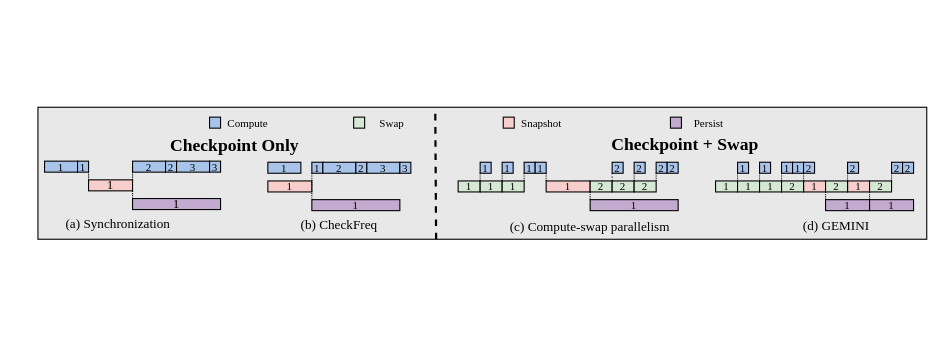
icszhr/NCheck keeps this draw.io diagram as fig/pipeline_mot.drawio. Above is the earlier version. Source tidied: cells renumbered, new cells numbered last; positions are measured from the earlier drawing's top-left corner, leaving out a move shared by most shapes. Both pictures are drawn from the tidied source at 110%, with x=0, y=0 at pixel (37, 107).
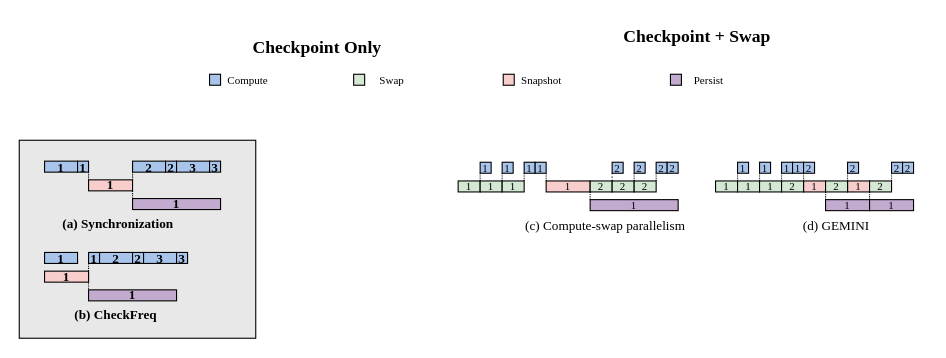
The same page after the edit.

Diff of the diagram source:
```diff
@@
-    <mxCell id="2" style="rounded=0;whiteSpace=wrap;html=1;fontFamily=Times New Roman;fillColor=#E8E8E8;" parent="1" vertex="1">
-      <mxGeometry width="808" height="120" as="geometry" />
+    <mxCell id="2" style="rounded=0;whiteSpace=wrap;html=1;fontFamily=Times New Roman;fillColor=#E8E8E8;fontSize=12;fontStyle=1;labelPosition=center;verticalLabelPosition=middle;align=center;verticalAlign=middle;spacing=0;" parent="1" vertex="1">
+      <mxGeometry x="-17" y="30" width="215" height="180" as="geometry" />
     </mxCell>
-    <mxCell id="3" value="&lt;p style=&quot;line-height: 100%;&quot;&gt;&lt;font style=&quot;font-size: 10px;&quot;&gt;1&lt;/font&gt;&lt;/p&gt;" style="whiteSpace=wrap;html=1;fillColor=#A9C4EB;fontFamily=Times New Roman;" parent="1" vertex="1">
+    <mxCell id="3" value="&lt;p style=&quot;line-height: 100%; font-size: 12px;&quot;&gt;&lt;font style=&quot;font-size: 12px;&quot;&gt;1&lt;/font&gt;&lt;/p&gt;" style="whiteSpace=wrap;html=1;fillColor=#A9C4EB;fontFamily=Times New Roman;fontSize=12;fontStyle=1;labelPosition=center;verticalLabelPosition=middle;align=center;verticalAlign=middle;spacing=0;" parent="1" vertex="1">
       <mxGeometry x="6" y="49" width="30" height="10" as="geometry" />
     </mxCell>
-    <mxCell id="4" value="1" style="whiteSpace=wrap;html=1;fillColor=#C3ABD0;fontFamily=Times New Roman;" parent="1" vertex="1">
+    <mxCell id="4" value="1" style="whiteSpace=wrap;html=1;fillColor=#C3ABD0;fontFamily=Times New Roman;fontSize=12;fontStyle=1;labelPosition=center;verticalLabelPosition=middle;align=center;verticalAlign=middle;spacing=0;" parent="1" vertex="1">
       <mxGeometry x="86" y="83" width="80" height="10" as="geometry" />
     </mxCell>
-    <mxCell id="5" style="edgeStyle=orthogonalEdgeStyle;rounded=0;jettySize=auto;html=1;exitX=1;exitY=1;exitDx=0;exitDy=0;entryX=0;entryY=0;entryDx=0;entryDy=0;endArrow=none;endFill=0;dashed=1;dashPattern=1 1;" parent="1" edge="1" source="6" target="4">
+    <mxCell id="5" style="edgeStyle=orthogonalEdgeStyle;rounded=0;jettySize=auto;html=1;exitX=1;exitY=1;exitDx=0;exitDy=0;entryX=0;entryY=0;entryDx=0;entryDy=0;endArrow=none;endFill=0;dashed=1;dashPattern=1 1;fontSize=12;fontStyle=1;labelPosition=center;verticalLabelPosition=middle;align=center;verticalAlign=middle;spacing=0;" parent="1" edge="1" source="6" target="4">
       <mxGeometry relative="1" as="geometry" />
     </mxCell>
-    <mxCell id="6" value="1" style="whiteSpace=wrap;html=1;fillColor=#F8CECC;fontFamily=Times New Roman;" parent="1" vertex="1">
+    <mxCell id="6" value="1" style="whiteSpace=wrap;html=1;fillColor=#F8CECC;fontFamily=Times New Roman;fontSize=12;fontStyle=1;labelPosition=center;verticalLabelPosition=middle;align=center;verticalAlign=middle;spacing=0;" parent="1" vertex="1">
       <mxGeometry x="46" y="66" width="40" height="10" as="geometry" />
     </mxCell>
     <mxCell id="7" style="whiteSpace=wrap;html=1;fillColor=#A9C4EB;fontFamily=Times New Roman;" parent="1" vertex="1">
-      <mxGeometry x="156" y="9" width="10" height="10" as="geometry" />
+      <mxGeometry x="156" y="-30" width="10" height="10" as="geometry" />
     </mxCell>
     <mxCell id="8" style="whiteSpace=wrap;html=1;fillColor=#F8CECC;fontFamily=Times New Roman;" parent="1" vertex="1">
-      <mxGeometry x="423" y="9" width="10" height="10" as="geometry" />
+      <mxGeometry x="423" y="-30" width="10" height="10" as="geometry" />
     </mxCell>
     <mxCell id="9" style="whiteSpace=wrap;html=1;fillColor=#D5E8D4;fontFamily=Times New Roman;" parent="1" vertex="1">
-      <mxGeometry x="287" y="9" width="10" height="10" as="geometry" />
+      <mxGeometry x="287" y="-30" width="10" height="10" as="geometry" />
     </mxCell>
     <mxCell id="10" style="whiteSpace=wrap;html=1;fillColor=#C3ABD0;fontFamily=Times New Roman;" parent="1" vertex="1">
-      <mxGeometry x="575" y="9" width="10" height="10" as="geometry" />
+      <mxGeometry x="575" y="-30" width="10" height="10" as="geometry" />
     </mxCell>
     <mxCell id="11" value="&lt;p style=&quot;line-height: 100%;&quot;&gt;&lt;font style=&quot;font-size: 10px;&quot;&gt;Compute&lt;/font&gt;&lt;/p&gt;" style="text;html=1;align=center;verticalAlign=middle;whiteSpace=wrap;rounded=0;fontFamily=Times New Roman;" parent="1" vertex="1">
-      <mxGeometry x="166" y="9" width="50" height="10" as="geometry" />
+      <mxGeometry x="166" y="-30" width="50" height="10" as="geometry" />
     </mxCell>
     <mxCell id="12" value="&lt;p style=&quot;line-height: 100%;&quot;&gt;&lt;font style=&quot;font-size: 10px;&quot;&gt;Swap&lt;/font&gt;&lt;/p&gt;" style="text;html=1;align=center;verticalAlign=middle;whiteSpace=wrap;rounded=0;fontFamily=Times New Roman;" parent="1" vertex="1">
-      <mxGeometry x="297" y="9" width="50" height="10" as="geometry" />
+      <mxGeometry x="297" y="-30" width="50" height="10" as="geometry" />
     </mxCell>
     <mxCell id="13" value="&lt;p style=&quot;line-height: 100%;&quot;&gt;&lt;span style=&quot;font-size: 10px;&quot;&gt;Snapshot&lt;/span&gt;&lt;/p&gt;" style="text;html=1;align=center;verticalAlign=middle;whiteSpace=wrap;rounded=0;fontFamily=Times New Roman;" parent="1" vertex="1">
-      <mxGeometry x="433" y="9" width="50" height="10" as="geometry" />
+      <mxGeometry x="433" y="-30" width="50" height="10" as="geometry" />
     </mxCell>
     <mxCell id="14" value="&lt;p style=&quot;line-height: 100%;&quot;&gt;&lt;font style=&quot;font-size: 10px;&quot;&gt;Persist&lt;/font&gt;&lt;/p&gt;" style="text;html=1;align=center;verticalAlign=middle;whiteSpace=wrap;rounded=0;fontFamily=Times New Roman;" parent="1" vertex="1">
-      <mxGeometry x="585" y="9" width="50" height="10" as="geometry" />
+      <mxGeometry x="585" y="-30" width="50" height="10" as="geometry" />
     </mxCell>
-    <mxCell id="15" style="edgeStyle=orthogonalEdgeStyle;rounded=0;jettySize=auto;html=1;exitX=1;exitY=1;exitDx=0;exitDy=0;entryX=0;entryY=0;entryDx=0;entryDy=0;endArrow=none;endFill=0;dashed=1;dashPattern=1 1;" parent="1" edge="1" source="16" target="6">
+    <mxCell id="15" style="edgeStyle=orthogonalEdgeStyle;rounded=0;jettySize=auto;html=1;exitX=1;exitY=1;exitDx=0;exitDy=0;entryX=0;entryY=0;entryDx=0;entryDy=0;endArrow=none;endFill=0;dashed=1;dashPattern=1 1;fontSize=12;fontStyle=1;labelPosition=center;verticalLabelPosition=middle;align=center;verticalAlign=middle;spacing=0;" parent="1" edge="1" source="16" target="6">
       <mxGeometry relative="1" as="geometry" />
     </mxCell>
-    <mxCell id="16" value="&lt;p style=&quot;line-height: 100%;&quot;&gt;&lt;font style=&quot;font-size: 10px;&quot;&gt;1&lt;/font&gt;&lt;/p&gt;" style="whiteSpace=wrap;html=1;fillColor=#A9C4EB;fontFamily=Times New Roman;" parent="1" vertex="1">
+    <mxCell id="16" value="&lt;p style=&quot;line-height: 100%; font-size: 12px;&quot;&gt;&lt;font style=&quot;font-size: 12px;&quot;&gt;1&lt;/font&gt;&lt;/p&gt;" style="whiteSpace=wrap;html=1;fillColor=#A9C4EB;fontFamily=Times New Roman;fontSize=12;fontStyle=1;labelPosition=center;verticalLabelPosition=middle;align=center;verticalAlign=middle;spacing=0;" parent="1" vertex="1">
       <mxGeometry x="36" y="49" width="10" height="10" as="geometry" />
     </mxCell>
-    <mxCell id="17" style="edgeStyle=orthogonalEdgeStyle;rounded=0;jettySize=auto;html=1;exitX=0;exitY=1;exitDx=0;exitDy=0;entryX=1;entryY=0;entryDx=0;entryDy=0;endArrow=none;endFill=0;dashed=1;dashPattern=1 1;" parent="1" edge="1" source="18" target="6">
+    <mxCell id="17" style="edgeStyle=orthogonalEdgeStyle;rounded=0;jettySize=auto;html=1;exitX=0;exitY=1;exitDx=0;exitDy=0;entryX=1;entryY=0;entryDx=0;entryDy=0;endArrow=none;endFill=0;dashed=1;dashPattern=1 1;fontSize=12;fontStyle=1;labelPosition=center;verticalLabelPosition=middle;align=center;verticalAlign=middle;spacing=0;" parent="1" edge="1" source="18" target="6">
       <mxGeometry relative="1" as="geometry" />
     </mxCell>
-    <mxCell id="18" value="&lt;p style=&quot;line-height: 100%;&quot;&gt;&lt;font style=&quot;font-size: 10px;&quot;&gt;2&lt;/font&gt;&lt;/p&gt;" style="whiteSpace=wrap;html=1;fillColor=#A9C4EB;fontFamily=Times New Roman;" parent="1" vertex="1">
+    <mxCell id="18" value="&lt;p style=&quot;line-height: 100%; font-size: 12px;&quot;&gt;&lt;font style=&quot;font-size: 12px;&quot;&gt;2&lt;/font&gt;&lt;/p&gt;" style="whiteSpace=wrap;html=1;fillColor=#A9C4EB;fontFamily=Times New Roman;fontSize=12;fontStyle=1;labelPosition=center;verticalLabelPosition=middle;align=center;verticalAlign=middle;spacing=0;" parent="1" vertex="1">
       <mxGeometry x="86" y="49" width="30" height="10" as="geometry" />
     </mxCell>
-    <mxCell id="19" value="&lt;p style=&quot;line-height: 100%;&quot;&gt;&lt;font style=&quot;font-size: 10px;&quot;&gt;2&lt;/font&gt;&lt;/p&gt;" style="whiteSpace=wrap;html=1;fillColor=#A9C4EB;fontFamily=Times New Roman;" parent="1" vertex="1">
+    <mxCell id="19" value="&lt;p style=&quot;line-height: 100%; font-size: 12px;&quot;&gt;&lt;font style=&quot;font-size: 12px;&quot;&gt;2&lt;/font&gt;&lt;/p&gt;" style="whiteSpace=wrap;html=1;fillColor=#A9C4EB;fontFamily=Times New Roman;fontSize=12;fontStyle=1;labelPosition=center;verticalLabelPosition=middle;align=center;verticalAlign=middle;spacing=0;" parent="1" vertex="1">
       <mxGeometry x="116" y="49" width="10" height="10" as="geometry" />
     </mxCell>
-    <mxCell id="20" value="&lt;p style=&quot;line-height: 100%;&quot;&gt;&lt;font style=&quot;font-size: 10px;&quot;&gt;3&lt;/font&gt;&lt;/p&gt;" style="whiteSpace=wrap;html=1;fillColor=#A9C4EB;fontFamily=Times New Roman;" parent="1" vertex="1">
+    <mxCell id="20" value="&lt;p style=&quot;line-height: 100%; font-size: 12px;&quot;&gt;&lt;font style=&quot;font-size: 12px;&quot;&gt;3&lt;/font&gt;&lt;/p&gt;" style="whiteSpace=wrap;html=1;fillColor=#A9C4EB;fontFamily=Times New Roman;fontSize=12;fontStyle=1;labelPosition=center;verticalLabelPosition=middle;align=center;verticalAlign=middle;spacing=0;" parent="1" vertex="1">
       <mxGeometry x="126" y="49" width="30" height="10" as="geometry" />
     </mxCell>
-    <mxCell id="21" value="&lt;p style=&quot;line-height: 100%;&quot;&gt;&lt;font style=&quot;font-size: 10px;&quot;&gt;3&lt;/font&gt;&lt;/p&gt;" style="whiteSpace=wrap;html=1;fillColor=#A9C4EB;fontFamily=Times New Roman;" parent="1" vertex="1">
+    <mxCell id="21" value="&lt;p style=&quot;line-height: 100%; font-size: 12px;&quot;&gt;&lt;font style=&quot;font-size: 12px;&quot;&gt;3&lt;/font&gt;&lt;/p&gt;" style="whiteSpace=wrap;html=1;fillColor=#A9C4EB;fontFamily=Times New Roman;fontSize=12;fontStyle=1;labelPosition=center;verticalLabelPosition=middle;align=center;verticalAlign=middle;spacing=0;" parent="1" vertex="1">
       <mxGeometry x="156" y="49" width="10" height="10" as="geometry" />
     </mxCell>
-    <mxCell id="22" value="(a) Synchronization" style="text;html=1;align=center;verticalAlign=middle;whiteSpace=wrap;rounded=0;fontFamily=Times New Roman;" parent="1" vertex="1">
+    <mxCell id="22" value="(a) Synchronization" style="text;html=1;align=center;verticalAlign=middle;whiteSpace=wrap;rounded=0;fontFamily=Times New Roman;fontSize=12;fontStyle=1;labelPosition=center;verticalLabelPosition=middle;spacing=0;" parent="1" vertex="1">
       <mxGeometry x="8" y="91" width="130" height="30" as="geometry" />
     </mxCell>
     <mxCell id="23" value="(c) Compute-swap parallelism" style="text;html=1;align=center;verticalAlign=middle;whiteSpace=wrap;rounded=0;fontFamily=Times New Roman;" parent="1" vertex="1">
-      <mxGeometry x="419" y="94" width="166" height="30" as="geometry" />
+      <mxGeometry x="433" y="93" width="166" height="30" as="geometry" />
     </mxCell>
-    <mxCell id="24" value="(b) CheckFreq" style="text;html=1;align=center;verticalAlign=middle;whiteSpace=wrap;rounded=0;fontFamily=Times New Roman;" parent="1" vertex="1">
-      <mxGeometry x="209" y="92" width="130" height="30" as="geometry" />
+    <mxCell id="24" value="(b) CheckFreq" style="text;html=1;align=center;verticalAlign=middle;whiteSpace=wrap;rounded=0;fontFamily=Times New Roman;fontSize=12;fontStyle=1;labelPosition=center;verticalLabelPosition=middle;spacing=0;" parent="1" vertex="1">
+      <mxGeometry x="6" y="174" width="130" height="30" as="geometry" />
     </mxCell>
@@
-    <mxCell id="29" value="&lt;p style=&quot;line-height: 100%; font-size: 10px;&quot;&gt;&lt;font style=&quot;font-size: 10px;&quot;&gt;1&lt;/font&gt;&lt;/p&gt;" style="whiteSpace=wrap;html=1;fillColor=#A9C4EB;fontSize=10;fontFamily=Times New Roman;" parent="1" vertex="1">
-      <mxGeometry x="209" y="50" width="30" height="10" as="geometry" />
+    <mxCell id="29" value="&lt;p style=&quot;line-height: 100%; font-size: 12px;&quot;&gt;&lt;font style=&quot;font-size: 12px;&quot;&gt;1&lt;/font&gt;&lt;/p&gt;" style="whiteSpace=wrap;html=1;fillColor=#A9C4EB;fontSize=12;fontFamily=Times New Roman;fontStyle=1;labelPosition=center;verticalLabelPosition=middle;align=center;verticalAlign=middle;spacing=0;" parent="1" vertex="1">
+      <mxGeometry x="6" y="132" width="30" height="10" as="geometry" />
     </mxCell>
-    <mxCell id="30" value="1" style="whiteSpace=wrap;html=1;fillColor=#C3ABD0;fontSize=10;fontFamily=Times New Roman;" parent="1" vertex="1">
-      <mxGeometry x="249" y="84" width="80" height="10" as="geometry" />
+    <mxCell id="30" value="1" style="whiteSpace=wrap;html=1;fillColor=#C3ABD0;fontSize=12;fontFamily=Times New Roman;fontStyle=1;labelPosition=center;verticalLabelPosition=middle;align=center;verticalAlign=middle;spacing=0;" parent="1" vertex="1">
+      <mxGeometry x="46" y="166" width="80" height="10" as="geometry" />
     </mxCell>
-    <mxCell id="31" value="1" style="whiteSpace=wrap;html=1;fillColor=#F8CECC;fontSize=10;fontFamily=Times New Roman;" parent="1" vertex="1">
-      <mxGeometry x="209" y="67" width="40" height="10" as="geometry" />
+    <mxCell id="31" value="1" style="whiteSpace=wrap;html=1;fillColor=#F8CECC;fontSize=12;fontFamily=Times New Roman;fontStyle=1;labelPosition=center;verticalLabelPosition=middle;align=center;verticalAlign=middle;spacing=0;" parent="1" vertex="1">
+      <mxGeometry x="6" y="149" width="40" height="10" as="geometry" />
     </mxCell>
-    <mxCell id="32" style="edgeStyle=orthogonalEdgeStyle;rounded=0;jettySize=auto;html=1;exitX=0;exitY=1;exitDx=0;exitDy=0;entryX=0;entryY=0;entryDx=0;entryDy=0;dashed=1;dashPattern=1 1;endArrow=none;endFill=0;" parent="1" edge="1" source="33" target="30">
+    <mxCell id="32" style="edgeStyle=orthogonalEdgeStyle;rounded=0;jettySize=auto;html=1;exitX=0;exitY=1;exitDx=0;exitDy=0;entryX=0;entryY=0;entryDx=0;entryDy=0;dashed=1;dashPattern=1 1;endArrow=none;endFill=0;fontSize=12;fontStyle=1;labelPosition=center;verticalLabelPosition=middle;align=center;verticalAlign=middle;spacing=0;" parent="1" edge="1" source="33" target="30">
       <mxGeometry relative="1" as="geometry" />
     </mxCell>
-    <mxCell id="33" value="&lt;p style=&quot;line-height: 100%; font-size: 10px;&quot;&gt;&lt;font style=&quot;font-size: 10px;&quot;&gt;1&lt;/font&gt;&lt;/p&gt;" style="whiteSpace=wrap;html=1;fillColor=#A9C4EB;fontSize=10;fontFamily=Times New Roman;" parent="1" vertex="1">
-      <mxGeometry x="249" y="50" width="10" height="10" as="geometry" />
+    <mxCell id="33" value="&lt;p style=&quot;line-height: 100%; font-size: 12px;&quot;&gt;&lt;font style=&quot;font-size: 12px;&quot;&gt;1&lt;/font&gt;&lt;/p&gt;" style="whiteSpace=wrap;html=1;fillColor=#A9C4EB;fontSize=12;fontFamily=Times New Roman;fontStyle=1;labelPosition=center;verticalLabelPosition=middle;align=center;verticalAlign=middle;spacing=0;" parent="1" vertex="1">
+      <mxGeometry x="46" y="132" width="10" height="10" as="geometry" />
     </mxCell>
-    <mxCell id="34" value="&lt;p style=&quot;line-height: 100%; font-size: 10px;&quot;&gt;&lt;font style=&quot;font-size: 10px;&quot;&gt;2&lt;/font&gt;&lt;/p&gt;" style="whiteSpace=wrap;html=1;fillColor=#A9C4EB;fontSize=10;fontFamily=Times New Roman;" parent="1" vertex="1">
-      <mxGeometry x="259" y="50" width="30" height="10" as="geometry" />
+    <mxCell id="34" value="&lt;p style=&quot;line-height: 100%; font-size: 12px;&quot;&gt;&lt;font style=&quot;font-size: 12px;&quot;&gt;2&lt;/font&gt;&lt;/p&gt;" style="whiteSpace=wrap;html=1;fillColor=#A9C4EB;fontSize=12;fontFamily=Times New Roman;fontStyle=1;labelPosition=center;verticalLabelPosition=middle;align=center;verticalAlign=middle;spacing=0;" parent="1" vertex="1">
+      <mxGeometry x="56" y="132" width="30" height="10" as="geometry" />
     </mxCell>
-    <mxCell id="35" value="&lt;p style=&quot;line-height: 100%; font-size: 10px;&quot;&gt;&lt;font style=&quot;font-size: 10px;&quot;&gt;2&lt;/font&gt;&lt;/p&gt;" style="whiteSpace=wrap;html=1;fillColor=#A9C4EB;fontSize=10;fontFamily=Times New Roman;" parent="1" vertex="1">
-      <mxGeometry x="289" y="50" width="10" height="10" as="geometry" />
+    <mxCell id="35" value="&lt;p style=&quot;line-height: 100%; font-size: 12px;&quot;&gt;&lt;font style=&quot;font-size: 12px;&quot;&gt;2&lt;/font&gt;&lt;/p&gt;" style="whiteSpace=wrap;html=1;fillColor=#A9C4EB;fontSize=12;fontFamily=Times New Roman;fontStyle=1;labelPosition=center;verticalLabelPosition=middle;align=center;verticalAlign=middle;spacing=0;" parent="1" vertex="1">
+      <mxGeometry x="86" y="132" width="10" height="10" as="geometry" />
     </mxCell>
-    <mxCell id="36" value="&lt;p style=&quot;line-height: 100%; font-size: 10px;&quot;&gt;&lt;font style=&quot;font-size: 10px;&quot;&gt;3&lt;/font&gt;&lt;/p&gt;" style="whiteSpace=wrap;html=1;fillColor=#A9C4EB;fontSize=10;fontFamily=Times New Roman;" parent="1" vertex="1">
-      <mxGeometry x="299" y="50" width="30" height="10" as="geometry" />
+    <mxCell id="36" value="&lt;p style=&quot;line-height: 100%; font-size: 12px;&quot;&gt;&lt;font style=&quot;font-size: 12px;&quot;&gt;3&lt;/font&gt;&lt;/p&gt;" style="whiteSpace=wrap;html=1;fillColor=#A9C4EB;fontSize=12;fontFamily=Times New Roman;fontStyle=1;labelPosition=center;verticalLabelPosition=middle;align=center;verticalAlign=middle;spacing=0;" parent="1" vertex="1">
+      <mxGeometry x="96" y="132" width="30" height="10" as="geometry" />
     </mxCell>
-    <mxCell id="37" value="&lt;p style=&quot;line-height: 100%; font-size: 10px;&quot;&gt;&lt;font style=&quot;font-size: 10px;&quot;&gt;3&lt;/font&gt;&lt;/p&gt;" style="whiteSpace=wrap;html=1;fillColor=#A9C4EB;fontSize=10;fontFamily=Times New Roman;" parent="1" vertex="1">
-      <mxGeometry x="329" y="50" width="10" height="10" as="geometry" />
+    <mxCell id="37" value="&lt;p style=&quot;line-height: 100%; font-size: 12px;&quot;&gt;&lt;font style=&quot;font-size: 12px;&quot;&gt;3&lt;/font&gt;&lt;/p&gt;" style="whiteSpace=wrap;html=1;fillColor=#A9C4EB;fontSize=12;fontFamily=Times New Roman;fontStyle=1;labelPosition=center;verticalLabelPosition=middle;align=center;verticalAlign=middle;spacing=0;" parent="1" vertex="1">
+      <mxGeometry x="126" y="132" width="10" height="10" as="geometry" />
     </mxCell>
@@
     <mxCell id="85" value="&lt;font style=&quot;font-size: 16px;&quot;&gt;&lt;b&gt;Checkpoint Only&lt;/b&gt;&lt;/font&gt;" style="text;html=1;align=center;verticalAlign=middle;whiteSpace=wrap;rounded=0;fontFamily=Times New Roman;" parent="1" vertex="1">
-      <mxGeometry x="114" y="19" width="130" height="30" as="geometry" />
+      <mxGeometry x="189" y="-70" width="130" height="30" as="geometry" />
     </mxCell>
     <mxCell id="86" value="&lt;font style=&quot;font-size: 16px;&quot;&gt;&lt;b&gt;Checkpoint + Swap&lt;/b&gt;&lt;/font&gt;" style="text;html=1;align=center;verticalAlign=middle;whiteSpace=wrap;rounded=0;fontFamily=Times New Roman;" parent="1" vertex="1">
-      <mxGeometry x="511.9" y="17.5" width="152.8" height="30" as="geometry" />
+      <mxGeometry x="523.2" y="-80" width="152.8" height="30" as="geometry" />
     </mxCell>
-    <mxCell id="87" style="endArrow=none;dashed=1;html=1;strokeWidth=2;rounded=0;entryX=0.447;entryY=0.008;entryDx=0;entryDy=0;entryPerimeter=0;exitX=0.448;exitY=1;exitDx=0;exitDy=0;exitPerimeter=0;" parent="1" edge="1" source="2" target="2">
-      <mxGeometry relative="1" as="geometry" />
-    </mxCell>
```
